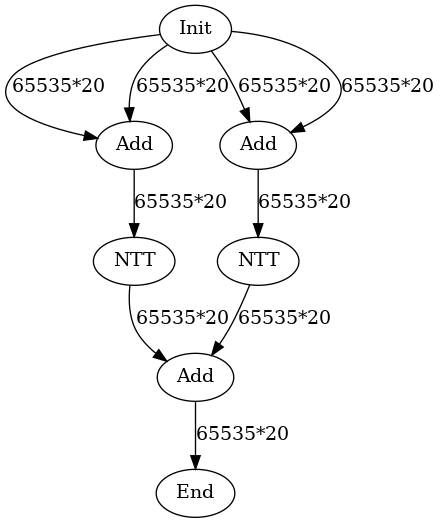
Before: data/graph_poly.dot.png, a diagram exported from Graphviz (hal-lab-u-tokyo/PolyFHE). Its source is kept beside it as data/graph_poly.dot. The source it was exported from:
```dot
digraph G {
Init[label="Init"];
HAdd0[label="Add"];
HAdd1[label="Add"];
HAdd2[label="Add"];
NTT0[label="NTT"];
NTT1[label="NTT"];
End[label="End"];
Init->HAdd0[label="65535*20"];
Init->HAdd0[label="65535*20"];
Init->HAdd1[label="65535*20"];
Init->HAdd1[label="65535*20"];
HAdd0->NTT0[label="65535*20"];
HAdd1->NTT1[label="65535*20"];
NTT0->HAdd2[label="65535*20"];
NTT1->HAdd2[label="65535*20"];
HAdd2->End[label="65535*20"];
}
```
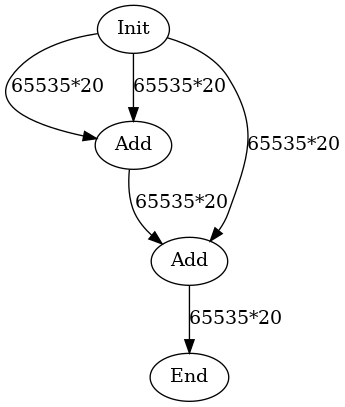
Above is the later version.

Change to the diagram source:
```diff
@@ -2,17 +2,10 @@
 Init[label="Init"];
 HAdd0[label="Add"];
 HAdd1[label="Add"];
-HAdd2[label="Add"];
-NTT0[label="NTT"];
-NTT1[label="NTT"];
 End[label="End"];
 Init->HAdd0[label="65535*20"];
 Init->HAdd0[label="65535*20"];
 Init->HAdd1[label="65535*20"];
-Init->HAdd1[label="65535*20"];
-HAdd0->NTT0[label="65535*20"];
-HAdd1->NTT1[label="65535*20"];
-NTT0->HAdd2[label="65535*20"];
-NTT1->HAdd2[label="65535*20"];
-HAdd2->End[label="65535*20"];
+HAdd0->HAdd1[label="65535*20"];
+HAdd1->End[label="65535*20"];
 }
```
